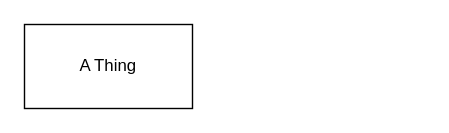
Earlier version of the draw.io diagram Untitled Diagram.drawio (EpicGuy4000/draw.io.testing). Source tidied: cells renumbered, new cells numbered last; positions are measured from the earlier drawing's top-left corner, leaving out a move shared by most shapes. Both pictures are drawn from the tidied source at 140%, with x=0, y=0 at pixel (24, 24).
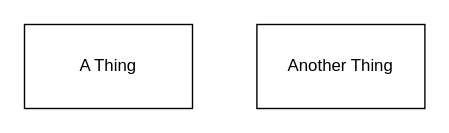
Above is the later version.

Change to the diagram source:
```diff
@@
 <mxGraphModel>
   <root>
     <mxCell id="0" />
     <mxCell id="1" parent="0" />
     <mxCell id="2" value="A Thing" style="rounded=0;whiteSpace=wrap;html=1;" parent="1" vertex="1">
       <mxGeometry width="120" height="60" as="geometry" />
     </mxCell>
+    <mxCell id="3" value="Another Thing" style="rounded=0;whiteSpace=wrap;html=1;" parent="1" vertex="1">
+      <mxGeometry x="166" width="120" height="60" as="geometry" />
+    </mxCell>
   </root>
 </mxGraphModel>
```
